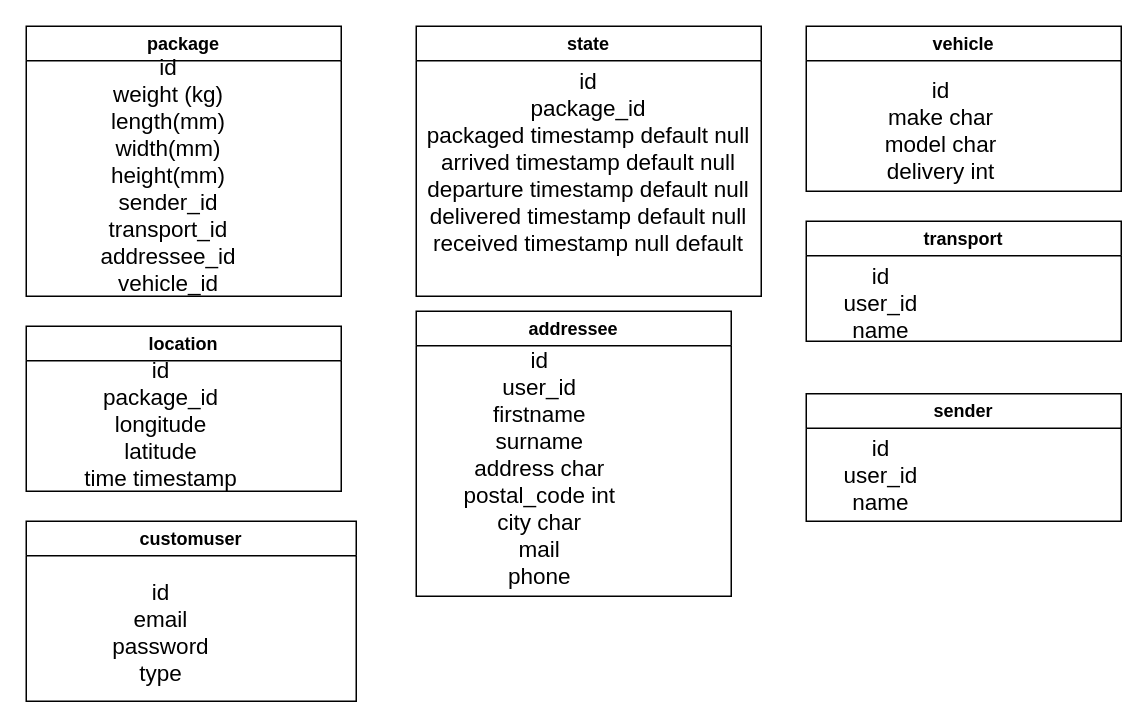
The draw.io diagram schema_bdd.drawio in Jonathan-Schlegel/SAE302, before the edit. Source tidied: cells renumbered, new cells numbered last; positions are measured from the earlier drawing's top-left corner, leaving out a move shared by most shapes. Both pictures are drawn from the tidied source at 150%, with x=0, y=0 at pixel (26, 26).
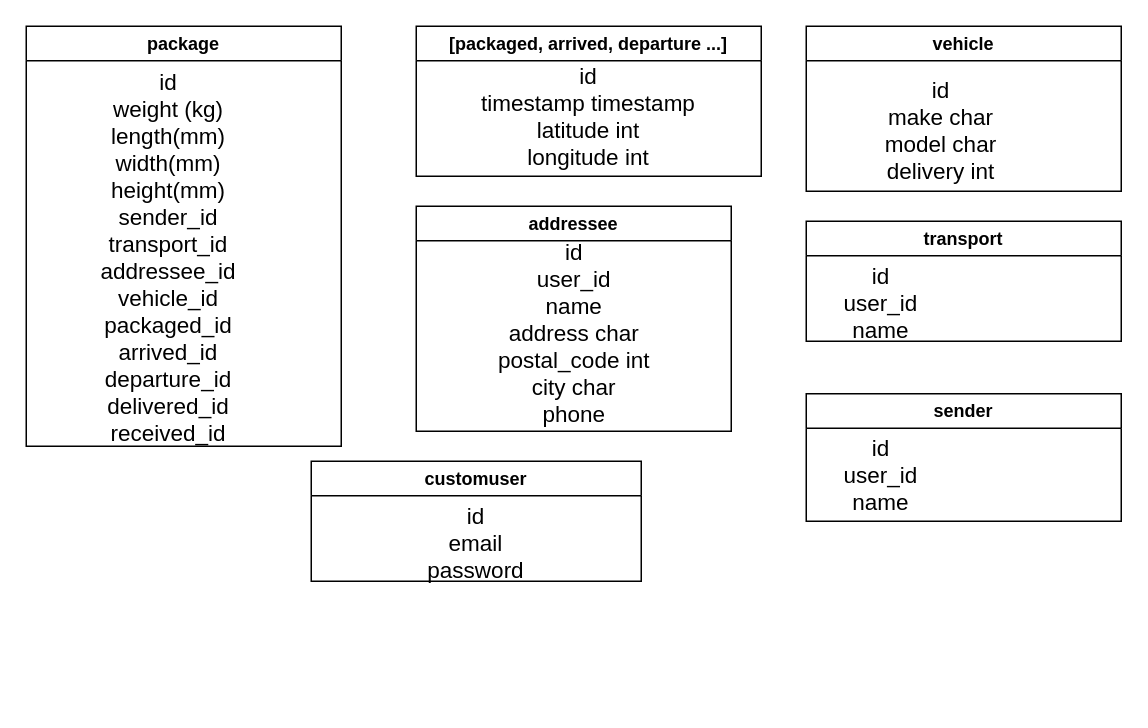
Above is the later version.

What changed in the source:
```diff
@@
 <mxGraphModel>
   <root>
     <mxCell id="0" />
     <mxCell id="1" parent="0" />
     <mxCell id="2" value="package" style="swimlane;whiteSpace=wrap;html=1;" parent="1" vertex="1">
-      <mxGeometry width="210" height="180" as="geometry" />
+      <mxGeometry width="210" height="280" as="geometry" />
     </mxCell>
-    <mxCell id="3" value="&lt;div style=&quot;font-size: 15px;&quot;&gt;&lt;font style=&quot;font-size: 15px;&quot;&gt;&lt;br&gt;&lt;/font&gt;&lt;/div&gt;&lt;div style=&quot;font-size: 15px;&quot;&gt;&lt;font style=&quot;font-size: 15px;&quot;&gt;id&lt;/font&gt;&lt;/div&gt;&lt;div style=&quot;font-size: 15px;&quot;&gt;&lt;font style=&quot;font-size: 15px;&quot;&gt;weight (kg)&lt;br&gt;&lt;/font&gt;&lt;/div&gt;&lt;div style=&quot;font-size: 15px;&quot;&gt;&lt;font style=&quot;font-size: 15px;&quot;&gt;length(mm)&lt;/font&gt;&lt;/div&gt;&lt;div style=&quot;font-size: 15px;&quot;&gt;&lt;font style=&quot;font-size: 15px;&quot;&gt;width(mm)&lt;/font&gt;&lt;/div&gt;&lt;div style=&quot;font-size: 15px;&quot;&gt;&lt;font style=&quot;font-size: 15px;&quot;&gt;height(mm)&lt;/font&gt;&lt;/div&gt;&lt;div style=&quot;font-size: 15px;&quot;&gt;&lt;font style=&quot;font-size: 15px;&quot;&gt;sender_id&lt;/font&gt;&lt;/div&gt;&lt;div style=&quot;font-size: 15px;&quot;&gt;&lt;font style=&quot;font-size: 15px;&quot;&gt;transport_id&lt;/font&gt;&lt;/div&gt;&lt;div style=&quot;font-size: 15px;&quot;&gt;&lt;font style=&quot;font-size: 15px;&quot;&gt;addressee_id&lt;font style=&quot;font-size: 15px;&quot;&gt;&lt;br&gt;&lt;/font&gt;&lt;/font&gt;&lt;/div&gt;&lt;div style=&quot;font-size: 15px;&quot;&gt;&lt;font style=&quot;font-size: 15px;&quot;&gt;&lt;font style=&quot;font-size: 15px;&quot;&gt;vehicle_id&lt;br&gt;&lt;/font&gt;&lt;/font&gt;&lt;/div&gt;" style="text;html=1;strokeColor=none;fillColor=none;align=center;verticalAlign=middle;whiteSpace=wrap;rounded=0;" parent="2" vertex="1">
-      <mxGeometry x="20" y="75" width="150" height="30" as="geometry" />
+    <mxCell id="3" value="&lt;div style=&quot;font-size: 15px;&quot;&gt;&lt;font style=&quot;font-size: 15px;&quot;&gt;&lt;br&gt;&lt;/font&gt;&lt;/div&gt;&lt;div style=&quot;font-size: 15px;&quot;&gt;&lt;font style=&quot;font-size: 15px;&quot;&gt;id&lt;/font&gt;&lt;/div&gt;&lt;div style=&quot;font-size: 15px;&quot;&gt;&lt;font style=&quot;font-size: 15px;&quot;&gt;weight (kg)&lt;br&gt;&lt;/font&gt;&lt;/div&gt;&lt;div style=&quot;font-size: 15px;&quot;&gt;&lt;font style=&quot;font-size: 15px;&quot;&gt;length(mm)&lt;/font&gt;&lt;/div&gt;&lt;div style=&quot;font-size: 15px;&quot;&gt;&lt;font style=&quot;font-size: 15px;&quot;&gt;width(mm)&lt;/font&gt;&lt;/div&gt;&lt;div style=&quot;font-size: 15px;&quot;&gt;&lt;font style=&quot;font-size: 15px;&quot;&gt;height(mm)&lt;/font&gt;&lt;/div&gt;&lt;div style=&quot;font-size: 15px;&quot;&gt;&lt;font style=&quot;font-size: 15px;&quot;&gt;sender_id&lt;/font&gt;&lt;/div&gt;&lt;div style=&quot;font-size: 15px;&quot;&gt;&lt;font style=&quot;font-size: 15px;&quot;&gt;transport_id&lt;/font&gt;&lt;/div&gt;&lt;div style=&quot;font-size: 15px;&quot;&gt;&lt;font style=&quot;font-size: 15px;&quot;&gt;addressee_id&lt;font style=&quot;font-size: 15px;&quot;&gt;&lt;br&gt;&lt;/font&gt;&lt;/font&gt;&lt;/div&gt;&lt;div style=&quot;font-size: 15px;&quot;&gt;&lt;font style=&quot;font-size: 15px;&quot;&gt;&lt;font style=&quot;font-size: 15px;&quot;&gt;vehicle_id&lt;/font&gt;&lt;/font&gt;&lt;/div&gt;&lt;div style=&quot;font-size: 15px;&quot;&gt;&lt;font style=&quot;font-size: 15px;&quot;&gt;&lt;font style=&quot;font-size: 15px;&quot;&gt;packaged_id&lt;/font&gt;&lt;/font&gt;&lt;/div&gt;&lt;div style=&quot;font-size: 15px;&quot;&gt;&lt;font style=&quot;font-size: 15px;&quot;&gt;&lt;font style=&quot;font-size: 15px;&quot;&gt;arrived_id&lt;/font&gt;&lt;/font&gt;&lt;/div&gt;&lt;div style=&quot;font-size: 15px;&quot;&gt;&lt;font style=&quot;font-size: 15px;&quot;&gt;&lt;font style=&quot;font-size: 15px;&quot;&gt;departure_id&lt;/font&gt;&lt;/font&gt;&lt;/div&gt;&lt;div style=&quot;font-size: 15px;&quot;&gt;&lt;font style=&quot;font-size: 15px;&quot;&gt;&lt;font style=&quot;font-size: 15px;&quot;&gt;delivered_id&lt;/font&gt;&lt;/font&gt;&lt;/div&gt;&lt;div style=&quot;font-size: 15px;&quot;&gt;&lt;font style=&quot;font-size: 15px;&quot;&gt;&lt;font style=&quot;font-size: 15px;&quot;&gt;received_id&lt;/font&gt;&lt;/font&gt;&lt;/div&gt;" style="text;html=1;strokeColor=none;fillColor=none;align=center;verticalAlign=middle;whiteSpace=wrap;rounded=0;" parent="2" vertex="1">
+      <mxGeometry x="20" y="130" width="150" height="30" as="geometry" />
     </mxCell>
-    <mxCell id="4" value="state" style="swimlane;whiteSpace=wrap;html=1;" parent="1" vertex="1">
-      <mxGeometry x="260" width="230" height="180" as="geometry" />
+    <mxCell id="4" value="[packaged, arrived, departure ...]" style="swimlane;whiteSpace=wrap;html=1;" parent="1" vertex="1">
+      <mxGeometry x="260" width="230" height="100" as="geometry" />
     </mxCell>
-    <mxCell id="5" value="&lt;div style=&quot;font-size: 15px;&quot;&gt;&lt;font style=&quot;font-size: 15px;&quot;&gt;&lt;br&gt;&lt;/font&gt;&lt;/div&gt;&lt;div style=&quot;font-size: 15px;&quot;&gt;&lt;font style=&quot;font-size: 15px;&quot;&gt;id&lt;/font&gt;&lt;/div&gt;&lt;div style=&quot;font-size: 15px;&quot;&gt;&lt;font style=&quot;font-size: 15px;&quot;&gt;package_id&lt;br&gt;&lt;/font&gt;&lt;/div&gt;&lt;div style=&quot;font-size: 15px;&quot;&gt;&lt;font style=&quot;font-size: 15px;&quot;&gt;packaged timestamp default null&lt;br&gt;&lt;/font&gt;&lt;/div&gt;&lt;div style=&quot;font-size: 15px;&quot;&gt;&lt;font style=&quot;font-size: 15px;&quot;&gt;arrived timestamp default null&lt;br&gt;&lt;/font&gt;&lt;/div&gt;&lt;div style=&quot;font-size: 15px;&quot;&gt;&lt;font style=&quot;font-size: 15px;&quot;&gt;departure timestamp default null&lt;br&gt;&lt;/font&gt;&lt;/div&gt;&lt;div style=&quot;font-size: 15px;&quot;&gt;&lt;font style=&quot;font-size: 15px;&quot;&gt;delivered timestamp default null&lt;br&gt;&lt;/font&gt;&lt;/div&gt;&lt;div style=&quot;font-size: 15px;&quot;&gt;&lt;font style=&quot;font-size: 15px;&quot;&gt;received timestamp null default&lt;br&gt;&lt;/font&gt;&lt;/div&gt;&lt;div style=&quot;font-size: 15px;&quot;&gt;&lt;font style=&quot;font-size: 15px;&quot;&gt;&lt;font style=&quot;font-size: 15px;&quot;&gt;&lt;br&gt;&lt;/font&gt;&lt;/font&gt;&lt;/div&gt;" style="text;html=1;strokeColor=none;fillColor=none;align=center;verticalAlign=middle;whiteSpace=wrap;rounded=0;" parent="4" vertex="1">
-      <mxGeometry y="75" width="230" height="30" as="geometry" />
+    <mxCell id="5" value="&lt;div style=&quot;font-size: 15px;&quot;&gt;id&lt;/div&gt;&lt;div style=&quot;font-size: 15px;&quot;&gt;timestamp timestamp&lt;/div&gt;&lt;div style=&quot;font-size: 15px;&quot;&gt;latitude int&lt;/div&gt;&lt;div style=&quot;font-size: 15px;&quot;&gt;longitude int&lt;/div&gt;" style="text;html=1;strokeColor=none;fillColor=none;align=center;verticalAlign=middle;whiteSpace=wrap;rounded=0;" parent="4" vertex="1">
+      <mxGeometry y="45" width="230" height="30" as="geometry" />
     </mxCell>
-    <mxCell id="6" value="location" style="swimlane;whiteSpace=wrap;html=1;" parent="1" vertex="1">
-      <mxGeometry y="200" width="210" height="110" as="geometry" />
-    </mxCell>
-    <mxCell id="7" value="&lt;div style=&quot;font-size: 15px;&quot;&gt;&lt;font style=&quot;font-size: 15px;&quot;&gt;&lt;br&gt;&lt;/font&gt;&lt;/div&gt;&lt;div style=&quot;font-size: 15px;&quot;&gt;&lt;font style=&quot;font-size: 15px;&quot;&gt;id&lt;/font&gt;&lt;/div&gt;&lt;div style=&quot;font-size: 15px;&quot;&gt;&lt;font style=&quot;font-size: 15px;&quot;&gt;package_id&lt;/font&gt;&lt;/div&gt;&lt;div style=&quot;font-size: 15px;&quot;&gt;&lt;font style=&quot;font-size: 15px;&quot;&gt;longitude&lt;/font&gt;&lt;/div&gt;&lt;div style=&quot;font-size: 15px;&quot;&gt;&lt;font style=&quot;font-size: 15px;&quot;&gt;latitude&lt;/font&gt;&lt;/div&gt;&lt;div style=&quot;font-size: 15px;&quot;&gt;&lt;font style=&quot;font-size: 15px;&quot;&gt;time timestamp&lt;br&gt;&lt;/font&gt;&lt;/div&gt;&lt;div style=&quot;font-size: 15px;&quot;&gt;&lt;font style=&quot;font-size: 15px;&quot;&gt;&lt;font style=&quot;font-size: 15px;&quot;&gt;&lt;br&gt;&lt;/font&gt;&lt;/font&gt;&lt;/div&gt;" style="text;html=1;strokeColor=none;fillColor=none;align=center;verticalAlign=middle;whiteSpace=wrap;rounded=0;" parent="6" vertex="1">
-      <mxGeometry x="20" y="50" width="140" height="30" as="geometry" />
-    </mxCell>
     <mxCell id="8" value="transport" style="swimlane;whiteSpace=wrap;html=1;" parent="1" vertex="1">
       <mxGeometry x="520" y="130" width="210" height="80" as="geometry" />
     </mxCell>
     <mxCell id="9" value="&lt;div style=&quot;font-size: 15px;&quot;&gt;&lt;font style=&quot;font-size: 15px;&quot;&gt;&lt;br&gt;&lt;/font&gt;&lt;/div&gt;&lt;div style=&quot;font-size: 15px;&quot;&gt;&lt;font style=&quot;font-size: 15px;&quot;&gt;id&lt;/font&gt;&lt;/div&gt;&lt;div style=&quot;font-size: 15px;&quot;&gt;&lt;font style=&quot;font-size: 15px;&quot;&gt;user_id&lt;/font&gt;&lt;/div&gt;&lt;div style=&quot;font-size: 15px;&quot;&gt;&lt;font style=&quot;font-size: 15px;&quot;&gt;name&lt;/font&gt;&lt;/div&gt;" style="text;html=1;strokeColor=none;fillColor=none;align=center;verticalAlign=middle;whiteSpace=wrap;rounded=0;" parent="8" vertex="1">
       <mxGeometry x="20" y="30" width="60" height="30" as="geometry" />
     </mxCell>
     <mxCell id="10" value="addressee" style="swimlane;whiteSpace=wrap;html=1;" parent="1" vertex="1">
-      <mxGeometry x="260" y="190" width="210" height="190" as="geometry" />
+      <mxGeometry x="260" y="120" width="210" height="150" as="geometry" />
     </mxCell>
-    <mxCell id="11" value="&lt;div style=&quot;font-size: 15px;&quot;&gt;&lt;font style=&quot;font-size: 15px;&quot;&gt;&lt;br&gt;&lt;/font&gt;&lt;/div&gt;&lt;div style=&quot;font-size: 15px;&quot;&gt;&lt;font style=&quot;font-size: 15px;&quot;&gt;id&lt;/font&gt;&lt;/div&gt;&lt;div style=&quot;font-size: 15px;&quot;&gt;user_id&lt;/div&gt;&lt;div style=&quot;font-size: 15px;&quot;&gt;&lt;font style=&quot;font-size: 15px;&quot;&gt;firstname&lt;/font&gt;&lt;/div&gt;&lt;div style=&quot;font-size: 15px;&quot;&gt;&lt;font style=&quot;font-size: 15px;&quot;&gt;surname &lt;br&gt;&lt;/font&gt;&lt;/div&gt;&lt;div style=&quot;font-size: 15px;&quot;&gt;&lt;font style=&quot;font-size: 15px;&quot;&gt;&lt;font style=&quot;font-size: 15px;&quot;&gt;address char&lt;br&gt;&lt;/font&gt;&lt;/font&gt;&lt;/div&gt;&lt;div style=&quot;font-size: 15px;&quot;&gt;&lt;font style=&quot;font-size: 15px;&quot;&gt;&lt;font style=&quot;font-size: 15px;&quot;&gt;postal_code int&lt;br&gt;&lt;/font&gt;&lt;/font&gt;&lt;/div&gt;&lt;div style=&quot;font-size: 15px;&quot;&gt;&lt;font style=&quot;font-size: 15px;&quot;&gt;&lt;font style=&quot;font-size: 15px;&quot;&gt;city char&lt;br&gt;&lt;/font&gt;&lt;/font&gt;&lt;/div&gt;&lt;div style=&quot;font-size: 15px;&quot;&gt;&lt;font style=&quot;font-size: 15px;&quot;&gt;&lt;font style=&quot;font-size: 15px;&quot;&gt;mail&lt;/font&gt;&lt;/font&gt;&lt;/div&gt;&lt;div style=&quot;font-size: 15px;&quot;&gt;&lt;font style=&quot;font-size: 15px;&quot;&gt;&lt;font style=&quot;font-size: 15px;&quot;&gt;phone &lt;br&gt;&lt;/font&gt;&lt;/font&gt;&lt;/div&gt;" style="text;html=1;strokeColor=none;fillColor=none;align=center;verticalAlign=middle;whiteSpace=wrap;rounded=0;" parent="10" vertex="1">
-      <mxGeometry x="15" y="80" width="135" height="30" as="geometry" />
+    <mxCell id="11" value="&lt;div style=&quot;font-size: 15px;&quot;&gt;&lt;font style=&quot;font-size: 15px;&quot;&gt;&lt;br&gt;&lt;/font&gt;&lt;/div&gt;&lt;div style=&quot;font-size: 15px;&quot;&gt;&lt;font style=&quot;font-size: 15px;&quot;&gt;id&lt;/font&gt;&lt;/div&gt;&lt;div style=&quot;font-size: 15px;&quot;&gt;user_id&lt;/div&gt;&lt;div style=&quot;font-size: 15px;&quot;&gt;name&lt;/div&gt;&lt;div style=&quot;font-size: 15px;&quot;&gt;&lt;font style=&quot;font-size: 15px;&quot;&gt;&lt;font style=&quot;font-size: 15px;&quot;&gt;address char&lt;br&gt;&lt;/font&gt;&lt;/font&gt;&lt;/div&gt;&lt;div style=&quot;font-size: 15px;&quot;&gt;&lt;font style=&quot;font-size: 15px;&quot;&gt;&lt;font style=&quot;font-size: 15px;&quot;&gt;postal_code int&lt;br&gt;&lt;/font&gt;&lt;/font&gt;&lt;/div&gt;&lt;div style=&quot;font-size: 15px;&quot;&gt;&lt;font style=&quot;font-size: 15px;&quot;&gt;&lt;font style=&quot;font-size: 15px;&quot;&gt;city char&lt;/font&gt;&lt;/font&gt;&lt;/div&gt;&lt;div style=&quot;font-size: 15px;&quot;&gt;&lt;font style=&quot;font-size: 15px;&quot;&gt;&lt;font style=&quot;font-size: 15px;&quot;&gt;phone &lt;br&gt;&lt;/font&gt;&lt;/font&gt;&lt;/div&gt;" style="text;html=1;strokeColor=none;fillColor=none;align=center;verticalAlign=middle;whiteSpace=wrap;rounded=0;" parent="10" vertex="1">
+      <mxGeometry x="37.5" y="60" width="135" height="30" as="geometry" />
     </mxCell>
     <mxCell id="12" value="vehicle" style="swimlane;whiteSpace=wrap;html=1;" parent="1" vertex="1">
       <mxGeometry x="520" width="210" height="110" as="geometry" />
     </mxCell>
     <mxCell id="13" value="&lt;div style=&quot;font-size: 15px;&quot;&gt;&lt;font style=&quot;font-size: 15px;&quot;&gt;&lt;br&gt;&lt;/font&gt;&lt;/div&gt;&lt;div style=&quot;font-size: 15px;&quot;&gt;&lt;font style=&quot;font-size: 15px;&quot;&gt;id&lt;/font&gt;&lt;/div&gt;&lt;div style=&quot;font-size: 15px;&quot;&gt;&lt;font style=&quot;font-size: 15px;&quot;&gt;&lt;font style=&quot;font-size: 15px;&quot;&gt;make char&lt;br&gt;&lt;/font&gt;&lt;/font&gt;&lt;/div&gt;&lt;div style=&quot;font-size: 15px;&quot;&gt;&lt;font style=&quot;font-size: 15px;&quot;&gt;&lt;font style=&quot;font-size: 15px;&quot;&gt;model char&lt;br&gt;&lt;/font&gt;&lt;/font&gt;&lt;/div&gt;&lt;div style=&quot;font-size: 15px;&quot;&gt;&lt;font style=&quot;font-size: 15px;&quot;&gt;&lt;font style=&quot;font-size: 15px;&quot;&gt;delivery int&lt;br&gt;&lt;/font&gt;&lt;/font&gt;&lt;/div&gt;" style="text;html=1;strokeColor=none;fillColor=none;align=center;verticalAlign=middle;whiteSpace=wrap;rounded=0;" parent="12" vertex="1">
       <mxGeometry x="20" y="45" width="140" height="30" as="geometry" />
     </mxCell>
     <mxCell id="14" value="sender" style="swimlane;whiteSpace=wrap;html=1;" parent="1" vertex="1">
       <mxGeometry x="520" y="245" width="210" height="85" as="geometry" />
     </mxCell>
     <mxCell id="15" value="&lt;div style=&quot;font-size: 15px;&quot;&gt;&lt;font style=&quot;font-size: 15px;&quot;&gt;&lt;br&gt;&lt;/font&gt;&lt;/div&gt;&lt;div style=&quot;font-size: 15px;&quot;&gt;&lt;font style=&quot;font-size: 15px;&quot;&gt;id&lt;/font&gt;&lt;/div&gt;&lt;div style=&quot;font-size: 15px;&quot;&gt;user_id&lt;/div&gt;&lt;div style=&quot;font-size: 15px;&quot;&gt;&lt;font style=&quot;font-size: 15px;&quot;&gt;name&lt;/font&gt;&lt;/div&gt;" style="text;html=1;strokeColor=none;fillColor=none;align=center;verticalAlign=middle;whiteSpace=wrap;rounded=0;" parent="14" vertex="1">
       <mxGeometry x="20" y="30" width="60" height="30" as="geometry" />
     </mxCell>
     <mxCell id="16" value="customuser" style="swimlane;whiteSpace=wrap;html=1;" parent="1" vertex="1">
-      <mxGeometry y="330" width="220" height="120" as="geometry" />
+      <mxGeometry x="190" y="290" width="220" height="80" as="geometry" />
     </mxCell>
-    <mxCell id="17" value="&lt;div style=&quot;font-size: 15px;&quot;&gt;&lt;font style=&quot;font-size: 15px;&quot;&gt;&lt;br&gt;&lt;/font&gt;&lt;/div&gt;&lt;div style=&quot;font-size: 15px;&quot;&gt;id&lt;/div&gt;&lt;div style=&quot;font-size: 15px;&quot;&gt;email&lt;/div&gt;&lt;div style=&quot;font-size: 15px;&quot;&gt;password&lt;/div&gt;&lt;div style=&quot;font-size: 15px;&quot;&gt;type&lt;/div&gt;" style="text;html=1;strokeColor=none;fillColor=none;align=center;verticalAlign=middle;whiteSpace=wrap;rounded=0;" parent="16" vertex="1">
-      <mxGeometry x="20" y="50" width="140" height="30" as="geometry" />
+    <mxCell id="17" value="&lt;div style=&quot;font-size: 15px;&quot;&gt;&lt;font style=&quot;font-size: 15px;&quot;&gt;&lt;br&gt;&lt;/font&gt;&lt;/div&gt;&lt;div style=&quot;font-size: 15px;&quot;&gt;id&lt;/div&gt;&lt;div style=&quot;font-size: 15px;&quot;&gt;email&lt;/div&gt;&lt;div style=&quot;font-size: 15px;&quot;&gt;password&lt;/div&gt;" style="text;html=1;strokeColor=none;fillColor=none;align=center;verticalAlign=middle;whiteSpace=wrap;rounded=0;" parent="16" vertex="1">
+      <mxGeometry x="40" y="30" width="140" height="30" as="geometry" />
     </mxCell>
   </root>
 </mxGraphModel>
```
